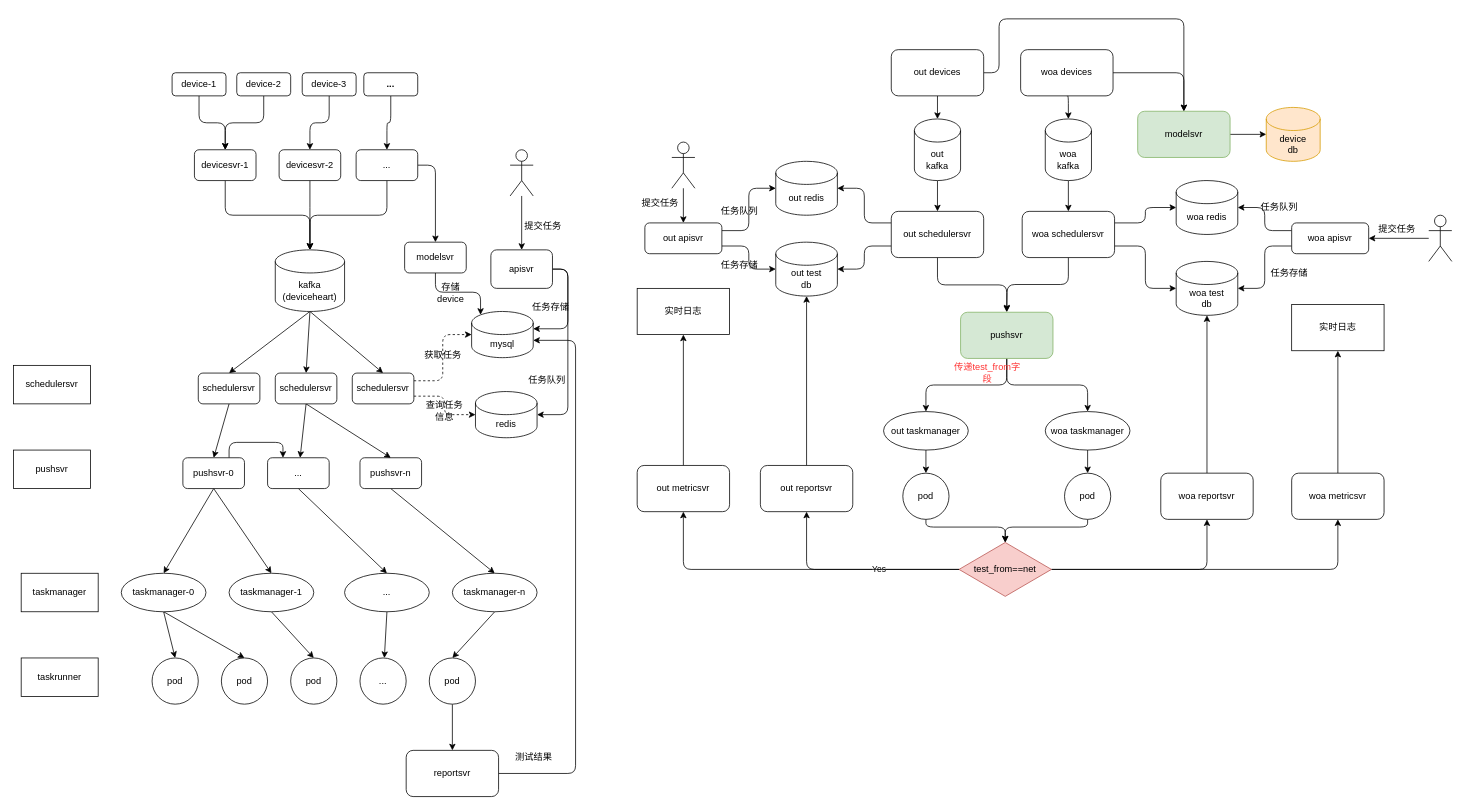
The draw.io diagram 云测调度流程.drawio in zhufuyin/draw, before the edit. Source tidied: cells renumbered, new cells numbered last; positions are measured from the earlier drawing's top-left corner, leaving out a move shared by most shapes. Both pictures are drawn from the tidied source at 77%, with x=0, y=0 at pixel (13, 18).
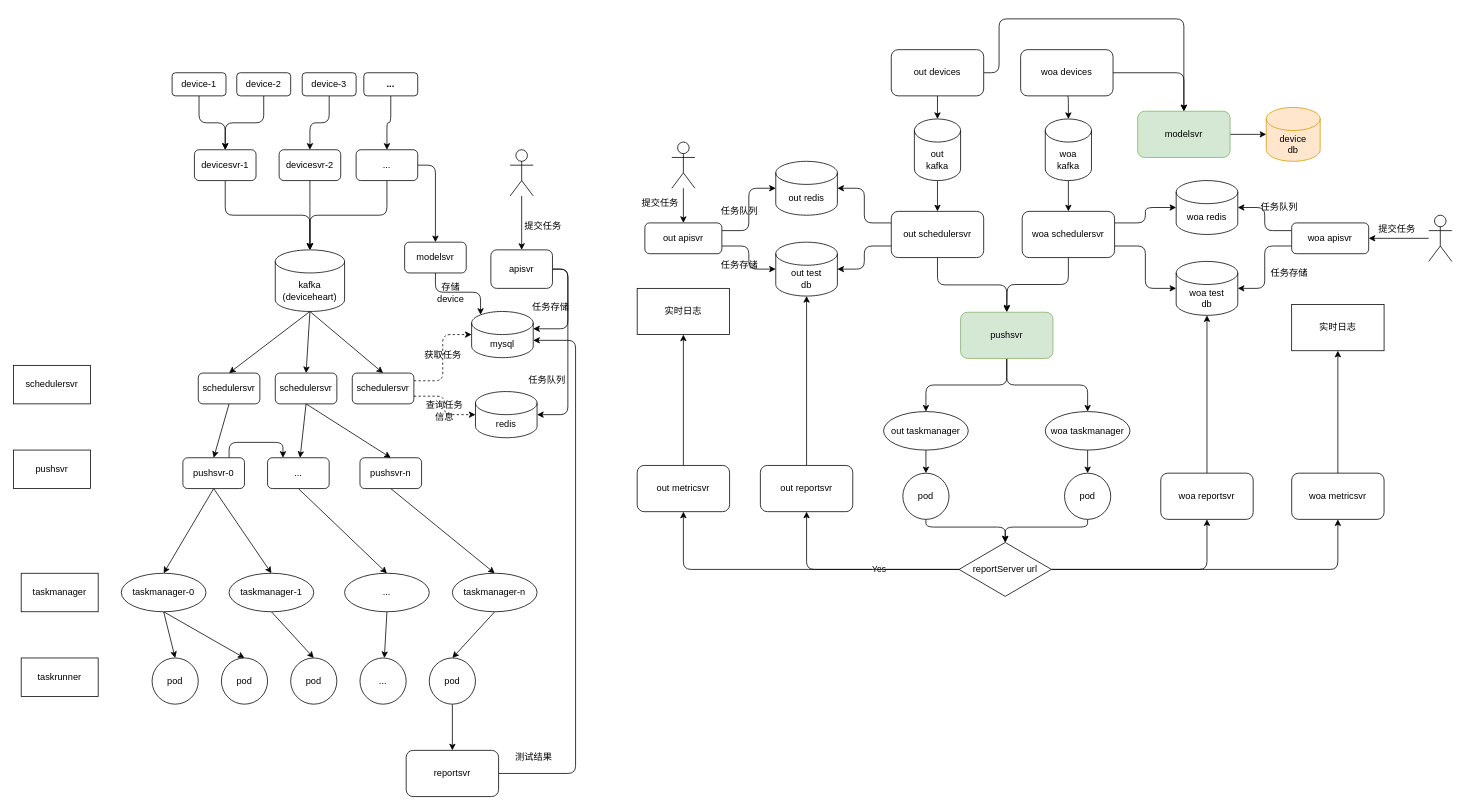
After the change.

Commit message:
更新云测调度流程.drawio

The edit, as a diff of the source:
```diff
@@
-    <mxCell id="108" value="传递test_from字段" style="text;html=1;strokeColor=none;fillColor=none;align=center;verticalAlign=middle;whiteSpace=wrap;rounded=0;fontColor=#FF3333;" parent="1" vertex="1">
-      <mxGeometry x="1215" y="445" width="100" height="30" as="geometry" />
-    </mxCell>
@@
-    <mxCell id="113" value="test_from==net" style="rhombus;whiteSpace=wrap;html=1;fillColor=#f8cecc;strokeColor=#b85450;" parent="1" vertex="1">
+    <mxCell id="113" value="reportServer url" style="rhombus;whiteSpace=wrap;html=1;" parent="1" vertex="1">
       <mxGeometry x="1228" y="680" width="120" height="70" as="geometry" />
     </mxCell>
```
